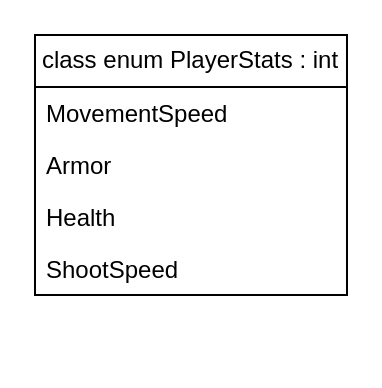
Above: Design/PlayerStatsDesign.drawio in Edge321/DragonsDefense_v2 (draw.io), before the change. Source tidied: cells renumbered, new cells numbered last; positions are measured from the earlier drawing's top-left corner, leaving out a move shared by most shapes. Both pictures are drawn from the tidied source at 200%, with x=0, y=0 at pixel (34, 34).
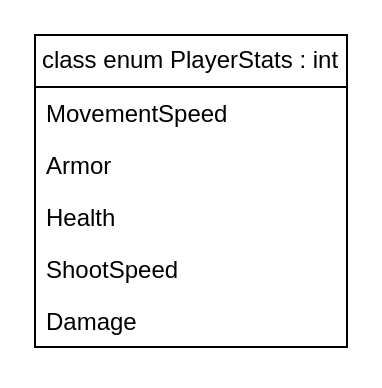
The same diagram, later.

Change to the diagram source:
```diff
@@
 <mxGraphModel>
   <root>
     <mxCell id="0" />
     <mxCell id="1" parent="0" />
     <mxCell id="2" value="class enum PlayerStats : int" style="swimlane;fontStyle=0;horizontal=1;startSize=26;fillColor=none;whiteSpace=wrap;html=1;" parent="1" vertex="1">
-      <mxGeometry width="156" height="130" as="geometry" />
+      <mxGeometry width="156" height="156" as="geometry" />
     </mxCell>
     <mxCell id="3" value="MovementSpeed" style="text;strokeColor=none;fillColor=none;align=left;verticalAlign=top;spacingLeft=4;spacingRight=4;overflow=hidden;whiteSpace=wrap;html=1;" parent="2" vertex="1">
       <mxGeometry y="26" width="156" height="26" as="geometry" />
     </mxCell>
     <mxCell id="4" value="Armor" style="text;strokeColor=none;fillColor=none;align=left;verticalAlign=top;spacingLeft=4;spacingRight=4;overflow=hidden;whiteSpace=wrap;html=1;" parent="2" vertex="1">
       <mxGeometry y="52" width="156" height="26" as="geometry" />
     </mxCell>
     <mxCell id="5" value="Health" style="text;strokeColor=none;fillColor=none;align=left;verticalAlign=top;spacingLeft=4;spacingRight=4;overflow=hidden;whiteSpace=wrap;html=1;" parent="2" vertex="1">
       <mxGeometry y="78" width="156" height="26" as="geometry" />
     </mxCell>
     <mxCell id="6" value="ShootSpeed&lt;br&gt;" style="text;strokeColor=none;fillColor=none;align=left;verticalAlign=top;spacingLeft=4;spacingRight=4;overflow=hidden;whiteSpace=wrap;html=1;" parent="2" vertex="1">
       <mxGeometry y="104" width="156" height="26" as="geometry" />
     </mxCell>
+    <mxCell id="7" value="Damage" style="text;strokeColor=none;fillColor=none;align=left;verticalAlign=top;spacingLeft=4;spacingRight=4;overflow=hidden;whiteSpace=wrap;html=1;" parent="2" vertex="1">
+      <mxGeometry y="130" width="156" height="26" as="geometry" />
+    </mxCell>
   </root>
 </mxGraphModel>
```
